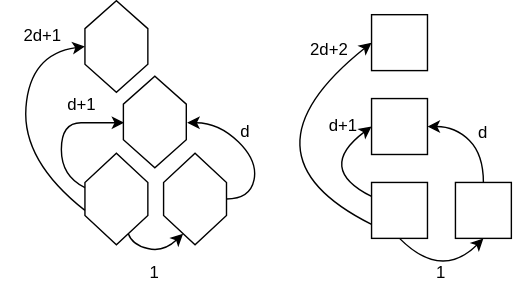
carlhenrikrolf/microtonOS keeps this draw.io diagram as layouts/hexagonal_vs_rectangular.svg. Above is the earlier version. Source tidied: cells renumbered, new cells last; positions are measured from the earlier drawing's top-left corner, leaving out a move shared by most shapes.
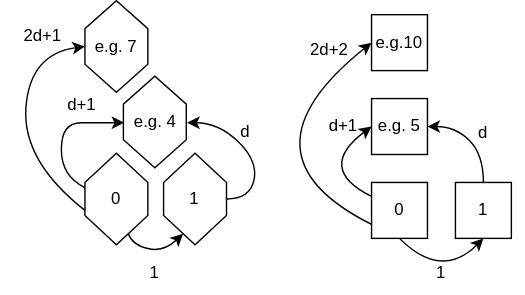
Above is the later version.

What changed in the source:
```diff
@@ -5,13 +5,13 @@
     <mxCell id="2" style="group;" parent="1" vertex="1">
       <mxGeometry x="15" width="190" height="180" as="geometry" />
     </mxCell>
-    <mxCell id="3" style="shape=hexagon;perimeter=hexagonPerimeter2;whiteSpace=wrap;html=1;fixedSize=1;direction=south;size=20.909090909090963;" parent="2" vertex="1">
+    <mxCell id="3" value="0" style="shape=hexagon;perimeter=hexagonPerimeter2;whiteSpace=wrap;html=1;fixedSize=1;direction=south;size=20.909090909090963;" parent="2" vertex="1">
       <mxGeometry x="45" y="109.1" width="45" height="65.5" as="geometry" />
     </mxCell>
-    <mxCell id="4" style="shape=hexagon;perimeter=hexagonPerimeter2;whiteSpace=wrap;html=1;fixedSize=1;direction=south;size=20.90909090909099;" parent="2" vertex="1">
+    <mxCell id="4" value="1" style="shape=hexagon;perimeter=hexagonPerimeter2;whiteSpace=wrap;html=1;fixedSize=1;direction=south;size=20.90909090909099;" parent="2" vertex="1">
       <mxGeometry x="101.2" y="109.1" width="45" height="65.5" as="geometry" />
     </mxCell>
-    <mxCell id="5" style="shape=hexagon;perimeter=hexagonPerimeter2;whiteSpace=wrap;html=1;fixedSize=1;direction=south;size=20;" parent="2" vertex="1">
+    <mxCell id="5" value="e.g. 7" style="shape=hexagon;perimeter=hexagonPerimeter2;whiteSpace=wrap;html=1;fixedSize=1;direction=south;size=20;" parent="2" vertex="1">
       <mxGeometry x="45" width="45" height="65.5" as="geometry" />
     </mxCell>
     <mxCell id="6" style="curved=1;endArrow=classic;html=1;rounded=0;exitX=1;exitY=0.25;exitDx=0;exitDy=0;entryX=1;entryY=0.75;entryDx=0;entryDy=0;" parent="2" edge="1" source="3" target="4">
@@ -50,7 +50,7 @@
         </Array>
       </mxGeometry>
     </mxCell>
-    <mxCell id="10" style="shape=hexagon;perimeter=hexagonPerimeter2;whiteSpace=wrap;html=1;fixedSize=1;direction=south;size=20;" parent="2" vertex="1">
+    <mxCell id="10" value="e.g. 4" style="shape=hexagon;perimeter=hexagonPerimeter2;whiteSpace=wrap;html=1;fixedSize=1;direction=south;size=20;" parent="2" vertex="1">
       <mxGeometry x="72.5" y="54" width="45" height="65.5" as="geometry" />
     </mxCell>
     <mxCell id="11" value="d+1" style="text;html=1;align=center;verticalAlign=middle;whiteSpace=wrap;rounded=0;" parent="2" vertex="1">
@@ -65,16 +65,16 @@
     <mxCell id="14" value="1" style="text;html=1;align=center;verticalAlign=middle;whiteSpace=wrap;rounded=0;" parent="1" vertex="1">
       <mxGeometry x="80" y="180" width="60" height="30" as="geometry" />
     </mxCell>
-    <mxCell id="15" style="whiteSpace=wrap;html=1;" parent="1" vertex="1">
+    <mxCell id="15" value="0" style="whiteSpace=wrap;html=1;" parent="1" vertex="1">
       <mxGeometry x="265" y="130" width="40" height="40" as="geometry" />
     </mxCell>
-    <mxCell id="16" style="whiteSpace=wrap;html=1;" parent="1" vertex="1">
+    <mxCell id="16" value="e.g. 5" style="whiteSpace=wrap;html=1;" parent="1" vertex="1">
       <mxGeometry x="265" y="70" width="40" height="40" as="geometry" />
     </mxCell>
-    <mxCell id="17" style="whiteSpace=wrap;html=1;" parent="1" vertex="1">
+    <mxCell id="17" value="e.g.10" style="whiteSpace=wrap;html=1;" parent="1" vertex="1">
       <mxGeometry x="265" y="10" width="40" height="40" as="geometry" />
     </mxCell>
-    <mxCell id="18" style="whiteSpace=wrap;html=1;" parent="1" vertex="1">
+    <mxCell id="18" value="1" style="whiteSpace=wrap;html=1;" parent="1" vertex="1">
       <mxGeometry x="325" y="130" width="40" height="40" as="geometry" />
     </mxCell>
     <mxCell id="19" value="1" style="text;html=1;align=center;verticalAlign=middle;whiteSpace=wrap;rounded=0;" parent="1" vertex="1">
```
